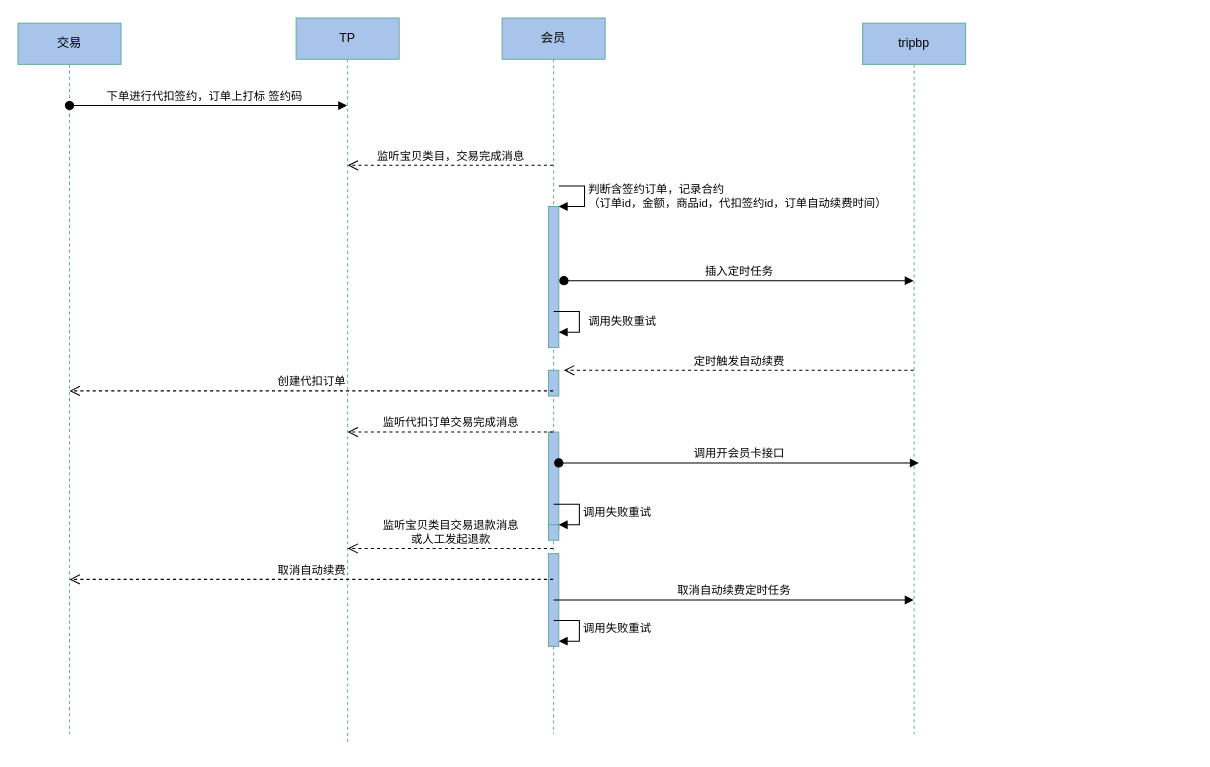
Before: page "连续包年" (5 of 5) of 付费权益.drawio in renqiuming/drawio, a draw.io diagram. Source tidied: cells renumbered, new cells numbered last; positions are measured from the earlier drawing's top-left corner, leaving out a move shared by most shapes. Both pictures are drawn from the tidied source at 103%, with x=0, y=0 at pixel (18, 18).
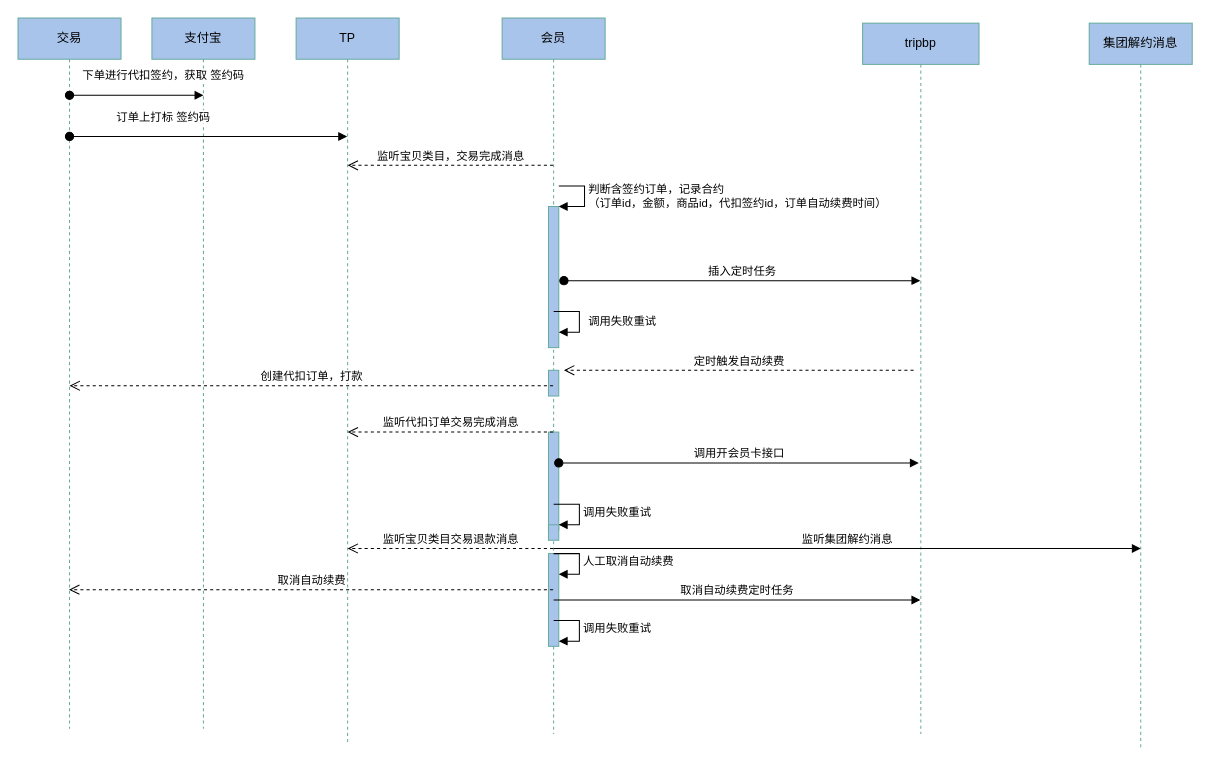
The same diagram, later.

Commit message:
更新付费权益.drawio

Unchanged cells that the change refers to:
```xml
<mxCell id="2" value="会员" style="shape=umlLifeline;perimeter=lifelinePerimeter;whiteSpace=wrap;html=1;outlineConnect=0;strokeColor=#67AB9F;fillColor=#A9C4EB;" parent="1" vertex="1">
  <mxGeometry x="470" width="100" height="695" as="geometry" />
</mxCell>
<mxCell id="13" value="TP" style="shape=umlLifeline;perimeter=lifelinePerimeter;whiteSpace=wrap;html=1;outlineConnect=0;strokeColor=#67AB9F;fillColor=#A9C4EB;" parent="1" vertex="1">
  <mxGeometry x="270" width="100" height="705" as="geometry" />
</mxCell>
```

Change to the diagram source:
```diff
@@
-    <mxCell id="16" value="监听宝贝类目交易退款消息&lt;br&gt;或人工发起退款" style="html=1;verticalAlign=bottom;endArrow=open;dashed=1;endSize=8;" parent="13" edge="1" source="2">
+    <mxCell id="16" value="监听宝贝类目交易退款消息" style="html=1;verticalAlign=bottom;endArrow=open;dashed=1;endSize=8;" parent="13" edge="1" source="2">
       <mxGeometry relative="1" as="geometry">
         <mxPoint x="50" y="515" as="targetPoint" />
       </mxGeometry>
     </mxCell>
     <mxCell id="17" value="交易" style="shape=umlLifeline;perimeter=lifelinePerimeter;whiteSpace=wrap;html=1;outlineConnect=0;strokeColor=#67AB9F;fillColor=#A9C4EB;" parent="1" vertex="1">
-      <mxGeometry y="5" width="100" height="690" as="geometry" />
+      <mxGeometry width="100" height="690" as="geometry" />
     </mxCell>
-    <mxCell id="18" style="html=1;verticalAlign=bottom;startArrow=oval;startFill=1;endArrow=block;startSize=8;" parent="17" edge="1" target="13">
-      <mxGeometry relative="1" as="geometry">
-        <mxPoint x="50" y="80" as="sourcePoint" />
-      </mxGeometry>
-    </mxCell>
-    <mxCell id="19" value="下单进行代扣签约，订单上打标 签约码" style="edgeLabel;html=1;align=center;verticalAlign=middle;" parent="18" vertex="1">
-      <mxGeometry x="-0.23" y="-1" relative="1" as="geometry">
-        <mxPoint x="26" y="-11" as="offset" />
-      </mxGeometry>
-    </mxCell>
-    <mxCell id="20" value="创建代扣订单" style="html=1;verticalAlign=bottom;endArrow=open;dashed=1;endSize=8;" parent="17" edge="1">
+    <mxCell id="20" value="创建代扣订单，打款" style="html=1;verticalAlign=bottom;endArrow=open;dashed=1;endSize=8;" parent="17" edge="1">
       <mxGeometry relative="1" as="geometry">
         <mxPoint x="519.5" y="357" as="sourcePoint" />
         <mxPoint x="50" y="357" as="targetPoint" />
       </mxGeometry>
     </mxCell>
-    <mxCell id="21" value="取消自动续费" style="html=1;verticalAlign=bottom;endArrow=open;dashed=1;endSize=8;" parent="17" edge="1" source="2">
-      <mxGeometry relative="1" as="geometry">
-        <mxPoint x="50" y="540" as="targetPoint" />
-      </mxGeometry>
-    </mxCell>
     <mxCell id="22" value="tripbp" style="shape=umlLifeline;perimeter=lifelinePerimeter;whiteSpace=wrap;html=1;outlineConnect=0;strokeColor=#67AB9F;fillColor=#A9C4EB;" parent="1" vertex="1">
-      <mxGeometry x="820" y="5" width="100" height="690" as="geometry" />
+      <mxGeometry x="820" y="5" width="113" height="690" as="geometry" />
     </mxCell>
@@
+    <mxCell id="26" value="支付宝" style="shape=umlLifeline;perimeter=lifelinePerimeter;whiteSpace=wrap;html=1;strokeColor=#67AB9F;fillColor=#A9C4EB;" parent="1" vertex="1">
+      <mxGeometry x="130" width="100" height="690" as="geometry" />
+    </mxCell>
+    <mxCell id="27" style="html=1;verticalAlign=bottom;startArrow=oval;startFill=1;endArrow=block;startSize=8;" parent="26" edge="1">
+      <mxGeometry relative="1" as="geometry">
+        <mxPoint x="-80" y="75" as="sourcePoint" />
+        <mxPoint x="50" y="75" as="targetPoint" />
+      </mxGeometry>
+    </mxCell>
+    <mxCell id="28" value="下单进行代扣签约，获取 签约码" style="edgeLabel;html=1;align=center;verticalAlign=middle;" parent="27" vertex="1">
+      <mxGeometry x="-0.23" y="-1" relative="1" as="geometry">
+        <mxPoint x="40" y="-21" as="offset" />
+      </mxGeometry>
+    </mxCell>
+    <mxCell id="18" style="html=1;verticalAlign=bottom;startArrow=oval;startFill=1;endArrow=block;startSize=8;" parent="1" edge="1">
+      <mxGeometry relative="1" as="geometry">
+        <mxPoint x="50" y="115" as="sourcePoint" />
+        <mxPoint x="319.5" y="115" as="targetPoint" />
+      </mxGeometry>
+    </mxCell>
+    <mxCell id="19" value="订单上打标 签约码" style="edgeLabel;html=1;align=center;verticalAlign=middle;" parent="18" vertex="1">
+      <mxGeometry x="-0.23" y="-1" relative="1" as="geometry">
+        <mxPoint x="-14" y="-21" as="offset" />
+      </mxGeometry>
+    </mxCell>
+    <mxCell id="29" value="集团解约消息" style="shape=umlLifeline;perimeter=lifelinePerimeter;whiteSpace=wrap;html=1;strokeColor=#67AB9F;fillColor=#A9C4EB;" parent="1" vertex="1">
+      <mxGeometry x="1040" y="5" width="100" height="705" as="geometry" />
+    </mxCell>
+    <mxCell id="30" value="监听集团解约消息" style="html=1;verticalAlign=bottom;endArrow=block;" parent="1" edge="1">
+      <mxGeometry relative="1" as="geometry">
+        <mxPoint x="520" y="515" as="sourcePoint" />
+        <mxPoint x="1090" y="515" as="targetPoint" />
+      </mxGeometry>
+    </mxCell>
+    <mxCell id="31" value="人工取消自动续费" style="edgeStyle=orthogonalEdgeStyle;html=1;align=left;spacingLeft=2;endArrow=block;rounded=0;entryX=1;entryY=0;" parent="1" edge="1">
+      <mxGeometry relative="1" as="geometry">
+        <mxPoint x="520" y="520" as="sourcePoint" />
+        <mxPoint x="525" y="540" as="targetPoint" />
+        <Array as="points">
+          <mxPoint x="545" y="520" />
+        </Array>
+      </mxGeometry>
+    </mxCell>
+    <mxCell id="21" value="取消自动续费" style="html=1;verticalAlign=bottom;endArrow=open;dashed=1;endSize=8;" parent="1" edge="1" source="2" target="17">
+      <mxGeometry relative="1" as="geometry">
+        <Array as="points">
+          <mxPoint x="410" y="555" />
+          <mxPoint x="130" y="555" />
+        </Array>
+      </mxGeometry>
+    </mxCell>
```
